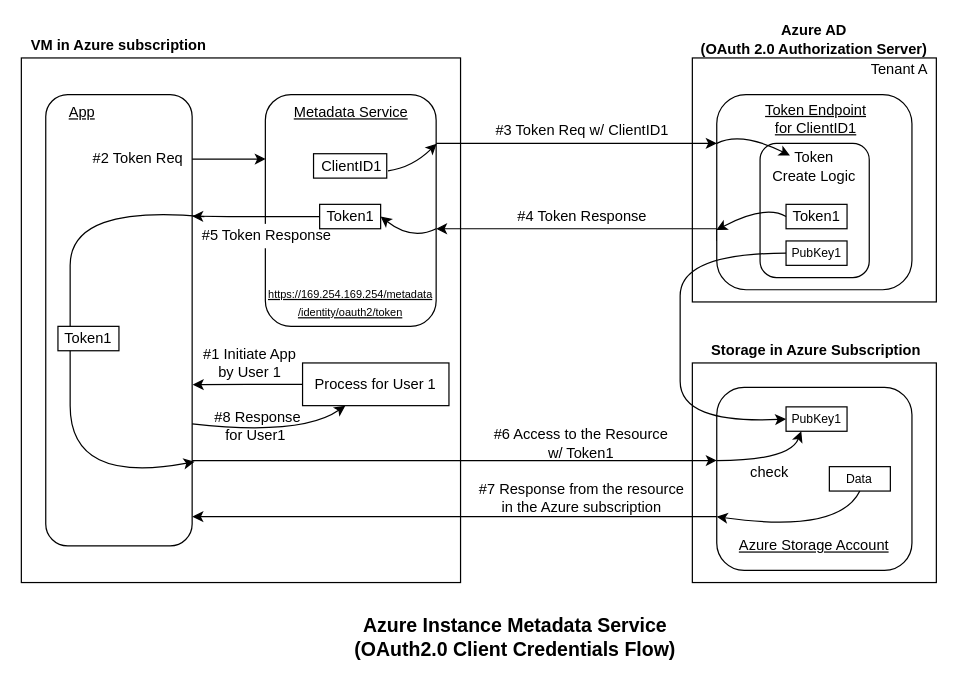
Above: OAuth2.0_Authorization/metadata_service_AWS.drawio in developer-onizuka/Diagrams (draw.io), before the change. Source tidied: cells renumbered, new cells numbered last; positions are measured from the earlier drawing's top-left corner, leaving out a move shared by most shapes. Both pictures are drawn from the tidied source at 122%, with x=0, y=0 at pixel (21, 21).
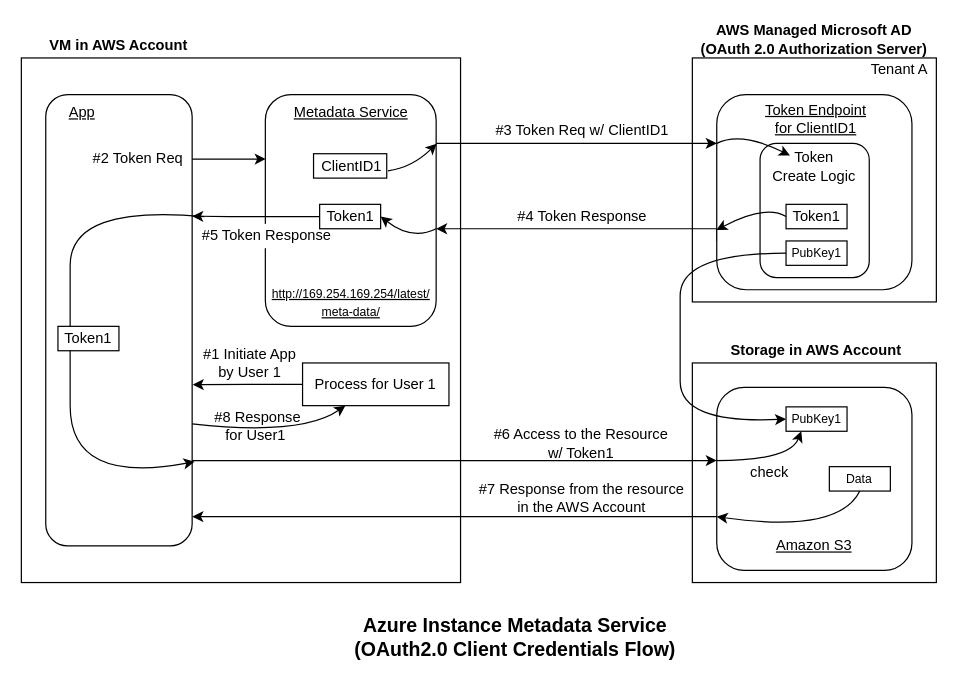
After the change.

Commit message:
metadata_service_AWS.drawio を更新します

Change to the diagram source:
```diff
@@
-    <mxCell id="6" value="VM in Azure subscription" style="text;html=1;strokeColor=none;fillColor=none;align=center;verticalAlign=middle;whiteSpace=wrap;rounded=0;fontStyle=1;" parent="1" vertex="1">
+    <mxCell id="6" value="VM in AWS Account" style="text;html=1;strokeColor=none;fillColor=none;align=center;verticalAlign=middle;whiteSpace=wrap;rounded=0;fontStyle=1;" parent="1" vertex="1">
       <mxGeometry y="10" width="160" height="20" as="geometry" />
     </mxCell>
@@
-    <mxCell id="8" value="Azure AD &lt;br&gt;(OAuth 2.0 Authorization Server)" style="text;html=1;strokeColor=none;fillColor=none;align=center;verticalAlign=middle;whiteSpace=wrap;rounded=0;fontStyle=1;" parent="1" vertex="1">
+    <mxCell id="8" value="AWS Managed Microsoft AD&lt;br&gt;(OAuth 2.0 Authorization Server)" style="text;html=1;strokeColor=none;fillColor=none;align=center;verticalAlign=middle;whiteSpace=wrap;rounded=0;fontStyle=1;" parent="1" vertex="1">
       <mxGeometry x="550" width="200" height="30" as="geometry" />
     </mxCell>
@@
-    <mxCell id="16" value="&amp;nbsp;Storage in Azure Subscription" style="text;html=1;strokeColor=none;fillColor=none;align=center;verticalAlign=middle;whiteSpace=wrap;rounded=0;fontStyle=1;" parent="1" vertex="1">
+    <mxCell id="16" value="&amp;nbsp;Storage in AWS Account" style="text;html=1;strokeColor=none;fillColor=none;align=center;verticalAlign=middle;whiteSpace=wrap;rounded=0;fontStyle=1;" parent="1" vertex="1">
       <mxGeometry x="555" y="260" width="190" height="20" as="geometry" />
     </mxCell>
@@
-    <mxCell id="19" value="#7 Response from the resource in the Azure subscription" style="text;html=1;strokeColor=none;fillColor=none;align=center;verticalAlign=middle;whiteSpace=wrap;rounded=0;" parent="1" vertex="1">
+    <mxCell id="19" value="#7 Response from the resource in the AWS Account" style="text;html=1;strokeColor=none;fillColor=none;align=center;verticalAlign=middle;whiteSpace=wrap;rounded=0;" parent="1" vertex="1">
       <mxGeometry x="369.5" y="376" width="179" height="30" as="geometry" />
     </mxCell>
@@
-    <mxCell id="22" value="Azure Storage Account" style="text;html=1;strokeColor=none;fillColor=none;align=center;verticalAlign=middle;whiteSpace=wrap;rounded=0;fontStyle=4;" parent="1" vertex="1">
+    <mxCell id="22" value="Amazon S3" style="text;html=1;strokeColor=none;fillColor=none;align=center;verticalAlign=middle;whiteSpace=wrap;rounded=0;fontStyle=4;" parent="1" vertex="1">
       <mxGeometry x="570" y="420" width="160" height="20" as="geometry" />
     </mxCell>
@@
-    <mxCell id="47" value="&lt;font style=&quot;font-size: 9px;&quot;&gt;https://169.254.169.254/metadata&lt;br&gt;/identity/oauth2/token&lt;/font&gt;" style="text;html=1;strokeColor=none;fillColor=none;align=center;verticalAlign=middle;whiteSpace=wrap;rounded=0;fontStyle=4;" parent="1" vertex="1">
-      <mxGeometry x="199.5" y="210" width="140" height="40" as="geometry" />
+    <mxCell id="47" value="&lt;font style=&quot;font-size: 10px;&quot;&gt;http://169.254.169.254/latest/&lt;br&gt;meta-data/&lt;/font&gt;" style="text;html=1;strokeColor=none;fillColor=none;align=center;verticalAlign=middle;whiteSpace=wrap;rounded=0;fontStyle=4;" parent="1" vertex="1">
+      <mxGeometry x="199.5" y="210" width="140.5" height="40" as="geometry" />
     </mxCell>
```
